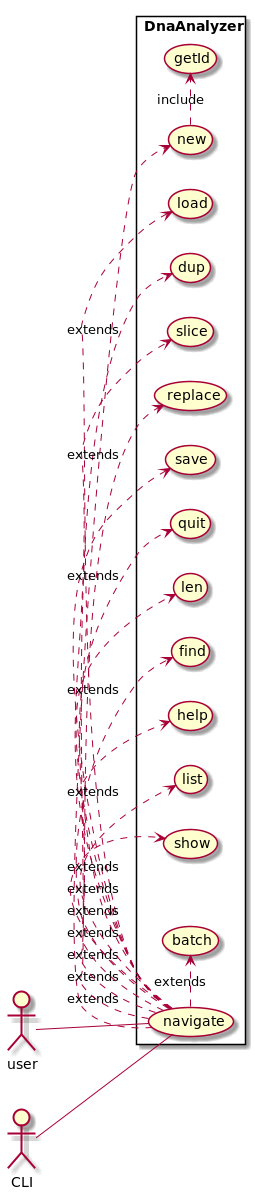
The PlantUML diagram UseCaseDiagram.png in MarwanHalabi/dna-analyzer-project, before a commit.
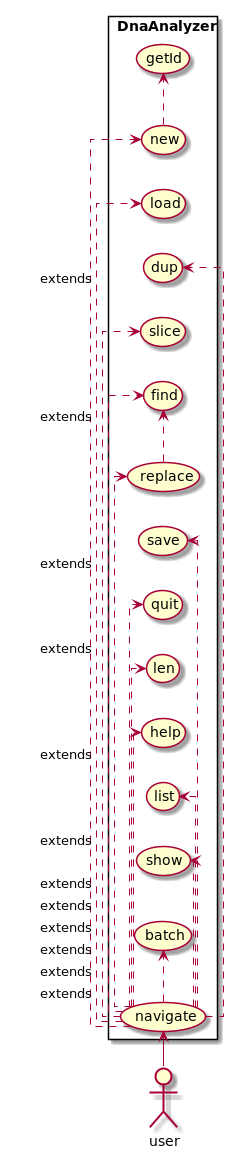
The same diagram one commit later.

What changed in the source:
```diff
@@ -1,19 +1,19 @@
 @startuml
+skinparam linetype ortho
 
 left to right direction
 skinparam packageStyle rectangle
 actor user
-actor CLI
 
 rectangle DnaAnalyzer {
-user -- (navigate)
-CLI -- (navigate)
+user -> (navigate)
 (navigate) .> (new): extends
 (new) .> (getId): include
 (navigate) .> (load): extends
 (navigate) .> (dup): extends
 (navigate) .> (slice): extends
 (navigate) .> (replace): extends
+(replace) .> (find): include
 (navigate) .> (save): extends
 (navigate) .> (quit) : extends
 (navigate) .> (len) : extends
```
